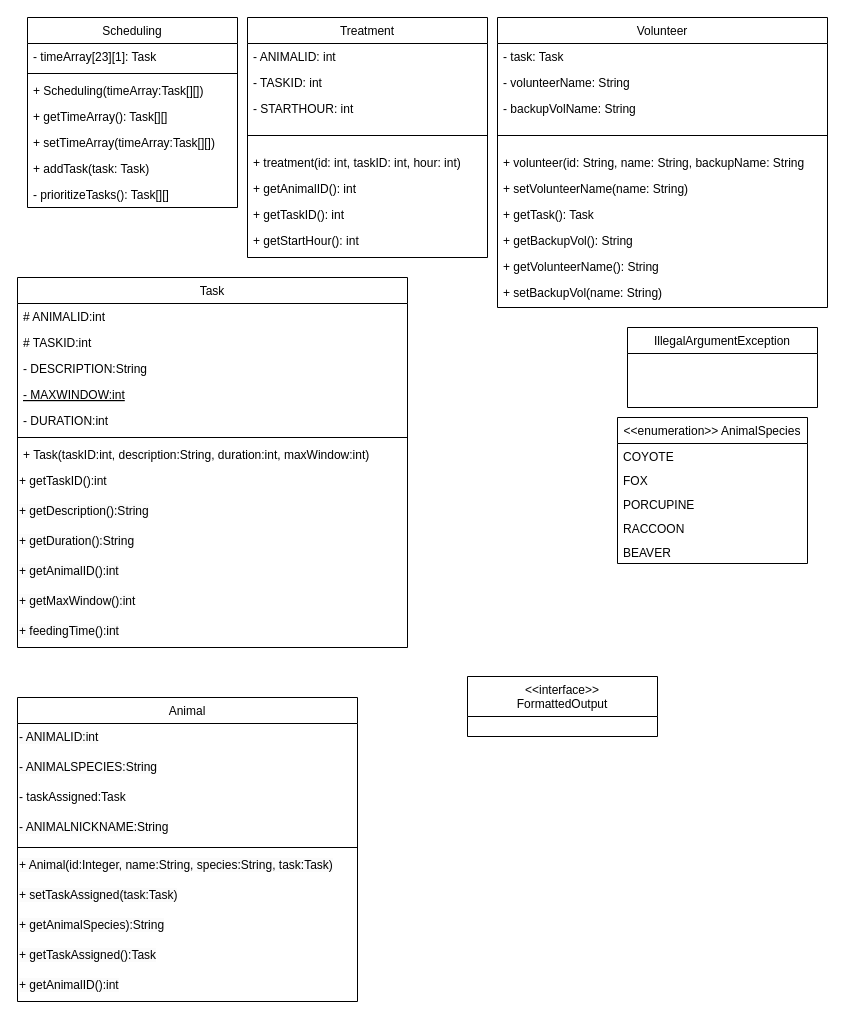
arminsandhu/ZooKeeper-Scheduler keeps this draw.io diagram as Project-UML.drawio. Above is the earlier version. Source tidied: cells renumbered, new cells numbered last; positions are measured from the earlier drawing's top-left corner, leaving out a move shared by most shapes. Both pictures are drawn from the tidied source at 100%, with x=0, y=0 at pixel (17, 17).
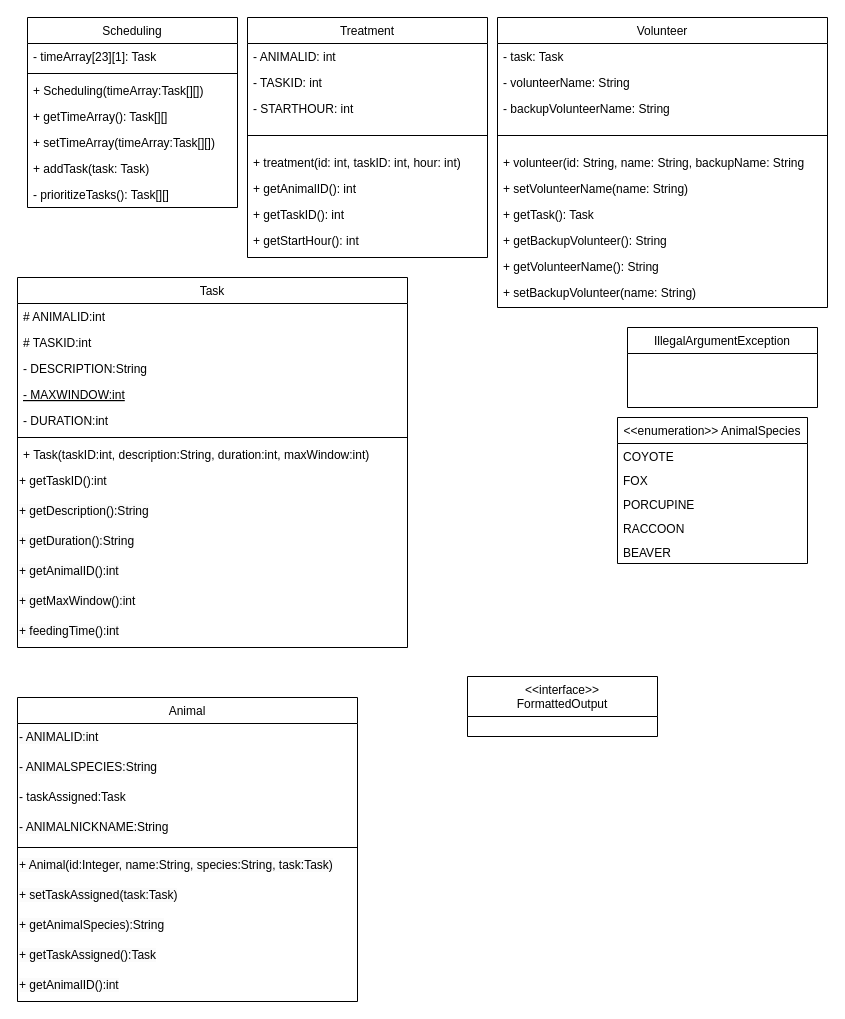
The same diagram, later.

Commit message:
Changing some names

The change refers to these unchanged cells:
```xml
<mxCell id="10" value="Volunteer" style="swimlane;fontStyle=0;align=center;verticalAlign=top;horizontal=1;startSize=26;rounded=0;shadow=0;strokeWidth=1;" parent="1" vertex="1">
  <mxGeometry x="480" width="330" height="290" as="geometry" />
</mxCell>
```

The edit, as a diff of the source:
```diff
@@
-    <mxCell id="13" value="- backupVolName: String" style="text;align=left;verticalAlign=top;spacingLeft=4;spacingRight=4;overflow=hidden;" parent="10" vertex="1">
+    <mxCell id="13" value="- backupVolunteerName: String" style="text;align=left;verticalAlign=top;spacingLeft=4;spacingRight=4;overflow=hidden;" parent="10" vertex="1">
       <mxGeometry y="78" width="330" height="26" as="geometry" />
     </mxCell>
@@
-    <mxCell id="18" value="+ getBackupVol(): String" style="text;align=left;verticalAlign=top;spacingLeft=4;spacingRight=4;overflow=hidden;" parent="10" vertex="1">
+    <mxCell id="18" value="+ getBackupVolunteer(): String" style="text;align=left;verticalAlign=top;spacingLeft=4;spacingRight=4;overflow=hidden;" parent="10" vertex="1">
       <mxGeometry y="210" width="330" height="26" as="geometry" />
     </mxCell>
@@
-    <mxCell id="20" value="+ setBackupVol(name: String)" style="text;align=left;verticalAlign=top;spacingLeft=4;spacingRight=4;overflow=hidden;" parent="10" vertex="1">
+    <mxCell id="20" value="+ setBackupVolunteer(name: String)" style="text;align=left;verticalAlign=top;spacingLeft=4;spacingRight=4;overflow=hidden;" parent="10" vertex="1">
       <mxGeometry y="262" width="330" height="26" as="geometry" />
     </mxCell>
```
